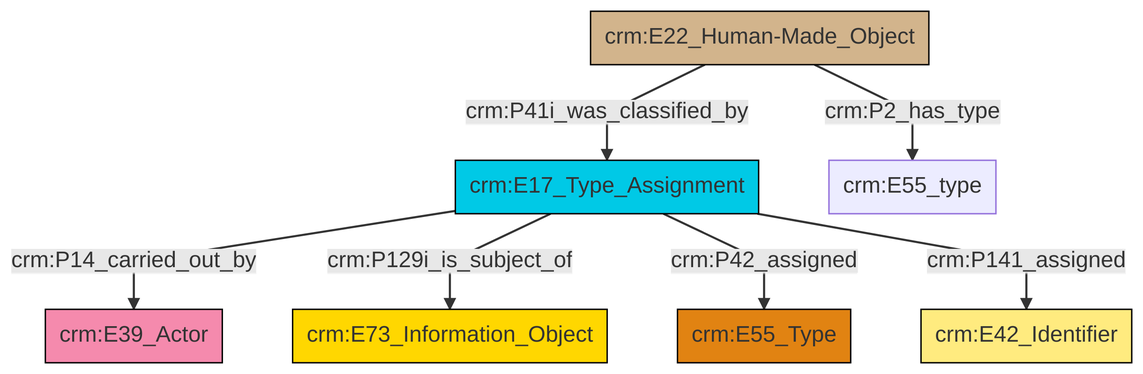
Earlier version of the Mermaid export et/builtWorkCSV/ttl/mmd/png/Built_Work_designation_status.png (swiss-art-research-net/reference-data-models). Its source is kept beside it as et/builtWorkCSV/ttl/mmd/Built_Work_designation_status.ttl.mmd.
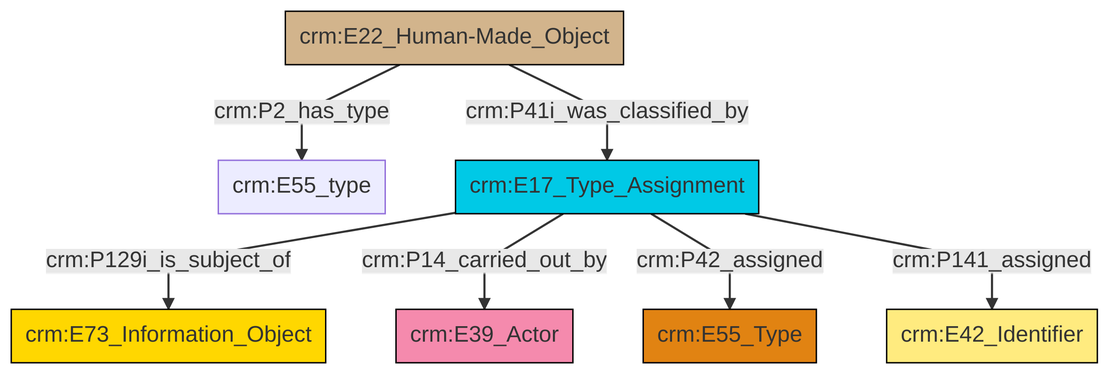
After the commit.

Diff of the diagram source:
```diff
@@ -13,9 +13,9 @@
 classDef PC_Classes fill:#4ce600, stroke:#000000;
 classDef Multi fill:#cccccc,stroke:#000000;
 
-2["crm:E17_Type_Assignment"]:::Temporal_Entity -->|crm:P14_carried_out_by| 0["crm:E39_Actor"]:::Actor
-2["crm:E17_Type_Assignment"]:::Temporal_Entity -->|crm:P129i_is_subject_of| 4["crm:E73_Information_Object"]:::Conceptual_Object
-10["crm:E22_Human-Made_Object"]:::Physical_Thing -->|crm:P2_has_type| 12["crm:E55_type"]:::Default
-2["crm:E17_Type_Assignment"]:::Temporal_Entity -->|crm:P42_assigned| 7["crm:E55_Type"]:::Type
-10["crm:E22_Human-Made_Object"]:::Physical_Thing -->|crm:P41i_was_classified_by| 2["crm:E17_Type_Assignment"]:::Temporal_Entity
-2["crm:E17_Type_Assignment"]:::Temporal_Entity -->|crm:P141_assigned| 5["crm:E42_Identifier"]:::Appellation
+4["crm:E22_Human-Made_Object"]:::Physical_Thing -->|crm:P2_has_type| 6["crm:E55_type"]:::Default
+4["crm:E22_Human-Made_Object"]:::Physical_Thing -->|crm:P41i_was_classified_by| 7["crm:E17_Type_Assignment"]:::Temporal_Entity
+7["crm:E17_Type_Assignment"]:::Temporal_Entity -->|crm:P129i_is_subject_of| 2["crm:E73_Information_Object"]:::Conceptual_Object
+7["crm:E17_Type_Assignment"]:::Temporal_Entity -->|crm:P14_carried_out_by| 10["crm:E39_Actor"]:::Actor
+7["crm:E17_Type_Assignment"]:::Temporal_Entity -->|crm:P42_assigned| 8["crm:E55_Type"]:::Type
+7["crm:E17_Type_Assignment"]:::Temporal_Entity -->|crm:P141_assigned| 0["crm:E42_Identifier"]:::Appellation
```
